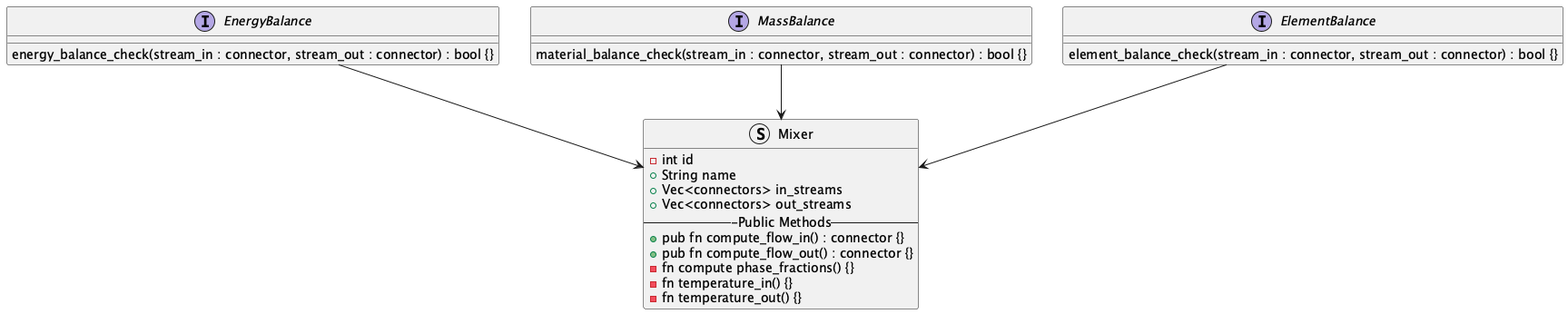
The PlantUML diagram blocks-module/Blocks_Module_Class_Diagram.png in OSCPS-Project/OSCPS-UML, before a commit.
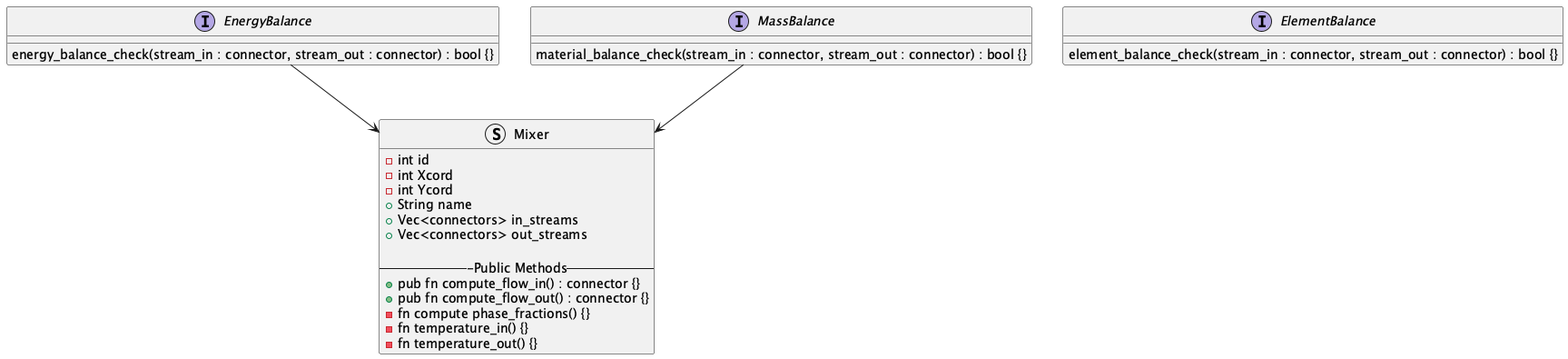
Above is the later version.

Change to the diagram source:
```diff
@@ -19,9 +19,12 @@
 
 Struct Mixer {
   - int id
+  - int Xcord
+  - int Ycord
   + String name
   + Vec<connectors> in_streams
   + Vec<connectors> out_streams
+
   ---Public Methods--
   + pub fn compute_flow_in() : connector {}
   + pub fn compute_flow_out() : connector {}
@@ -32,7 +35,6 @@
 
 EnergyBalance --> Mixer
 MassBalance --> Mixer
-ElementBalance --> Mixer
 
 
 @enduml
```
